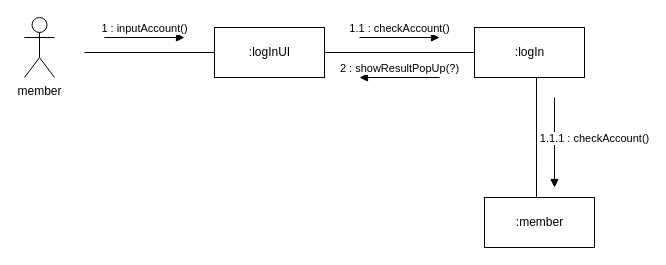
Before: B981008_김미래/로그인.drawio in FinancialWorld16/SE_TEAM, a draw.io diagram. Source tidied: cells renumbered, new cells numbered last; positions are measured from the earlier drawing's top-left corner, leaving out a move shared by most shapes. Both pictures are drawn from the tidied source at 100%, with x=0, y=0 at pixel (24, 17).
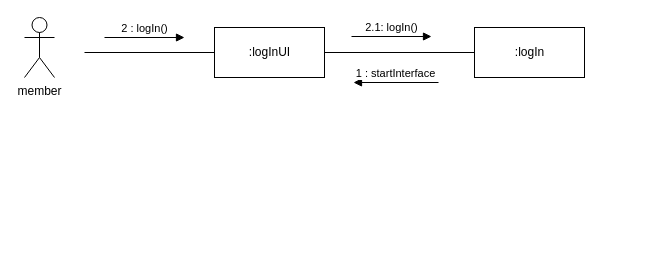
The same diagram, later.

Diff of the diagram source:
```diff
@@
 <mxGraphModel>
   <root>
     <mxCell id="0" />
     <mxCell id="1" parent="0" />
     <mxCell id="2" value="member" style="shape=umlActor;verticalLabelPosition=bottom;verticalAlign=top;html=1;" parent="1" vertex="1">
       <mxGeometry width="30" height="60" as="geometry" />
     </mxCell>
     <mxCell id="3" value=":logInUI" style="html=1;" parent="1" vertex="1">
       <mxGeometry x="190" y="10" width="110" height="50" as="geometry" />
     </mxCell>
     <mxCell id="4" value=":logIn" style="html=1;" parent="1" vertex="1">
       <mxGeometry x="450" y="10" width="110" height="50" as="geometry" />
     </mxCell>
-    <mxCell id="5" value=":member" style="html=1;" parent="1" vertex="1">
-      <mxGeometry x="460" y="180" width="110" height="50" as="geometry" />
-    </mxCell>
     <mxCell id="6" style="line;strokeWidth=1;fillColor=none;align=left;verticalAlign=middle;spacingTop=-1;spacingLeft=3;spacingRight=3;labelPosition=right;" parent="1" vertex="1">
       <mxGeometry x="60" y="31" width="130" height="8" as="geometry" />
     </mxCell>
     <mxCell id="7" style="line;strokeWidth=1;fillColor=none;align=left;verticalAlign=middle;spacingTop=-1;spacingLeft=3;spacingRight=3;labelPosition=right;" parent="1" vertex="1">
       <mxGeometry x="300" y="31" width="150" height="8" as="geometry" />
     </mxCell>
-    <mxCell id="8" style="endArrow=none;html=1;rounded=0;entryX=0.564;entryY=1;entryDx=0;entryDy=0;entryPerimeter=0;" parent="1" edge="1" target="4">
-      <mxGeometry relative="1" as="geometry">
-        <mxPoint x="512" y="180" as="sourcePoint" />
-      </mxGeometry>
-    </mxCell>
-    <mxCell id="9" value="1 : inputAccount()" style="html=1;verticalAlign=bottom;endArrow=block;rounded=0;" parent="1" edge="1">
+    <mxCell id="9" value="2 : logIn()" style="html=1;verticalAlign=bottom;endArrow=block;rounded=0;" parent="1" edge="1">
       <mxGeometry relative="1" as="geometry">
         <mxPoint x="80" y="20" as="sourcePoint" />
         <mxPoint x="160" y="20" as="targetPoint" />
       </mxGeometry>
     </mxCell>
-    <mxCell id="10" value="1.1 : checkAccount()" style="html=1;verticalAlign=bottom;endArrow=block;rounded=0;" parent="1" edge="1">
+    <mxCell id="10" value="1 : startInterface" style="html=1;verticalAlign=bottom;endArrow=block;rounded=0;entryX=0.545;entryY=0.2;entryDx=0;entryDy=0;entryPerimeter=0;" parent="1" edge="1">
       <mxGeometry relative="1" as="geometry">
-        <mxPoint x="335" y="20" as="sourcePoint" />
-        <mxPoint x="415" y="20" as="targetPoint" />
+        <mxPoint x="414" y="65" as="sourcePoint" />
+        <mxPoint x="329" y="65" as="targetPoint" />
       </mxGeometry>
     </mxCell>
-    <mxCell id="11" value="1.1.1 : checkAccount()" style="html=1;verticalAlign=bottom;endArrow=block;rounded=0;" parent="1" edge="1">
-      <mxGeometry x="0.11" y="40" relative="1" as="geometry">
-        <mxPoint x="530" y="80" as="sourcePoint" />
-        <mxPoint x="530" y="170" as="targetPoint" />
-      </mxGeometry>
-    </mxCell>
-    <mxCell id="12" value="2 : showResultPopUp(?)" style="html=1;verticalAlign=bottom;endArrow=block;rounded=0;" parent="1" edge="1">
-      <mxGeometry relative="1" as="geometry">
-        <mxPoint x="415" y="60" as="sourcePoint" />
-        <mxPoint x="335" y="60" as="targetPoint" />
-      </mxGeometry>
-    </mxCell>
+    <mxCell id="13" value="2.1: logIn()" style="html=1;verticalAlign=bottom;endArrow=block;rounded=0;" parent="1" edge="1">
+      <mxGeometry relative="1" as="geometry">
+        <mxPoint x="327" y="19" as="sourcePoint" />
+        <mxPoint x="407" y="19" as="targetPoint" />
+      </mxGeometry>
+    </mxCell>
   </root>
 </mxGraphModel>
```
